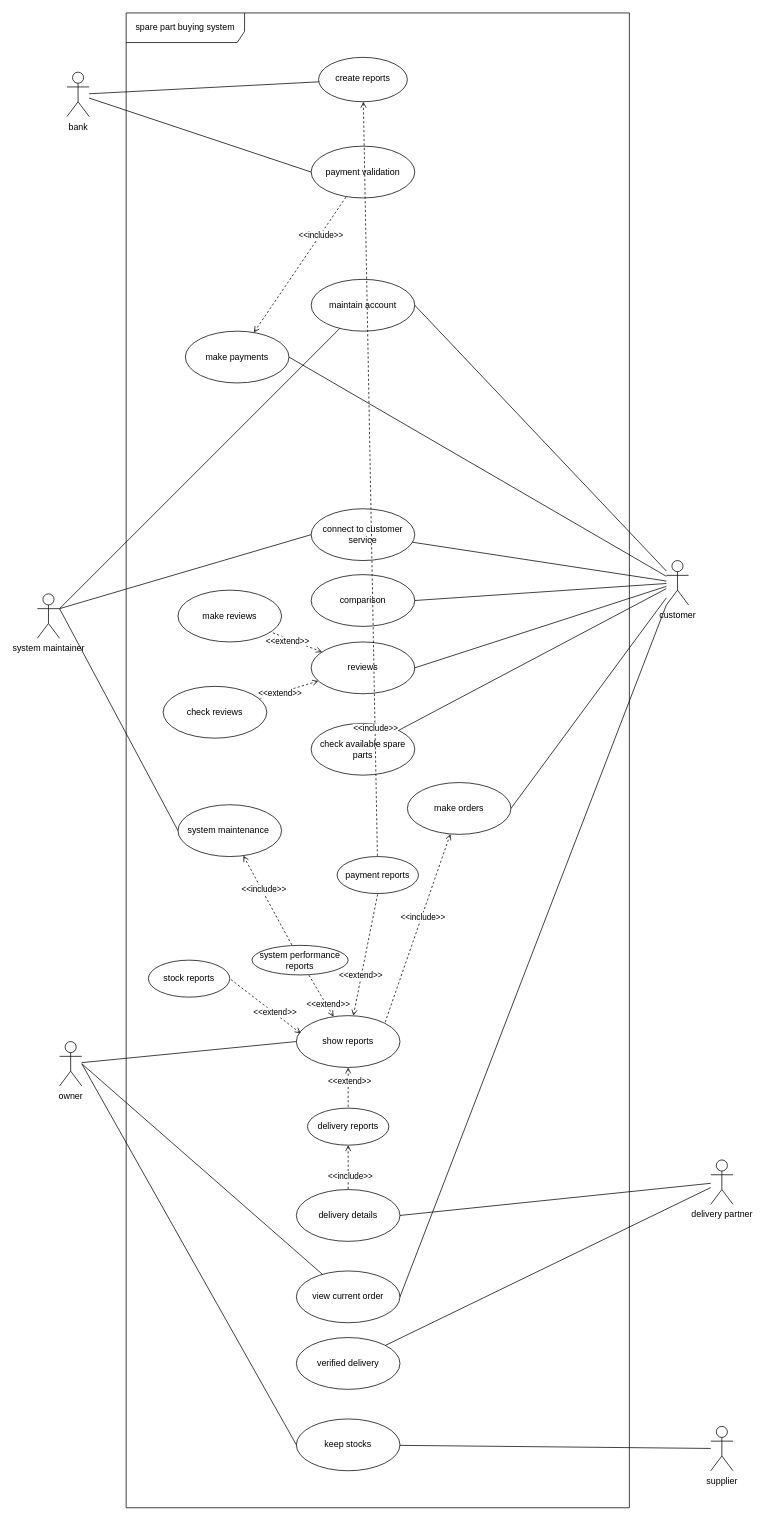
Above: Untitled Diagram.drawio in ashen007/webapp (draw.io), before the change. Source tidied: cells renumbered, new cells numbered last; positions are measured from the earlier drawing's top-left corner, leaving out a move shared by most shapes. Both pictures are drawn from the tidied source at 74%, with x=0, y=0 at pixel (37, 13).
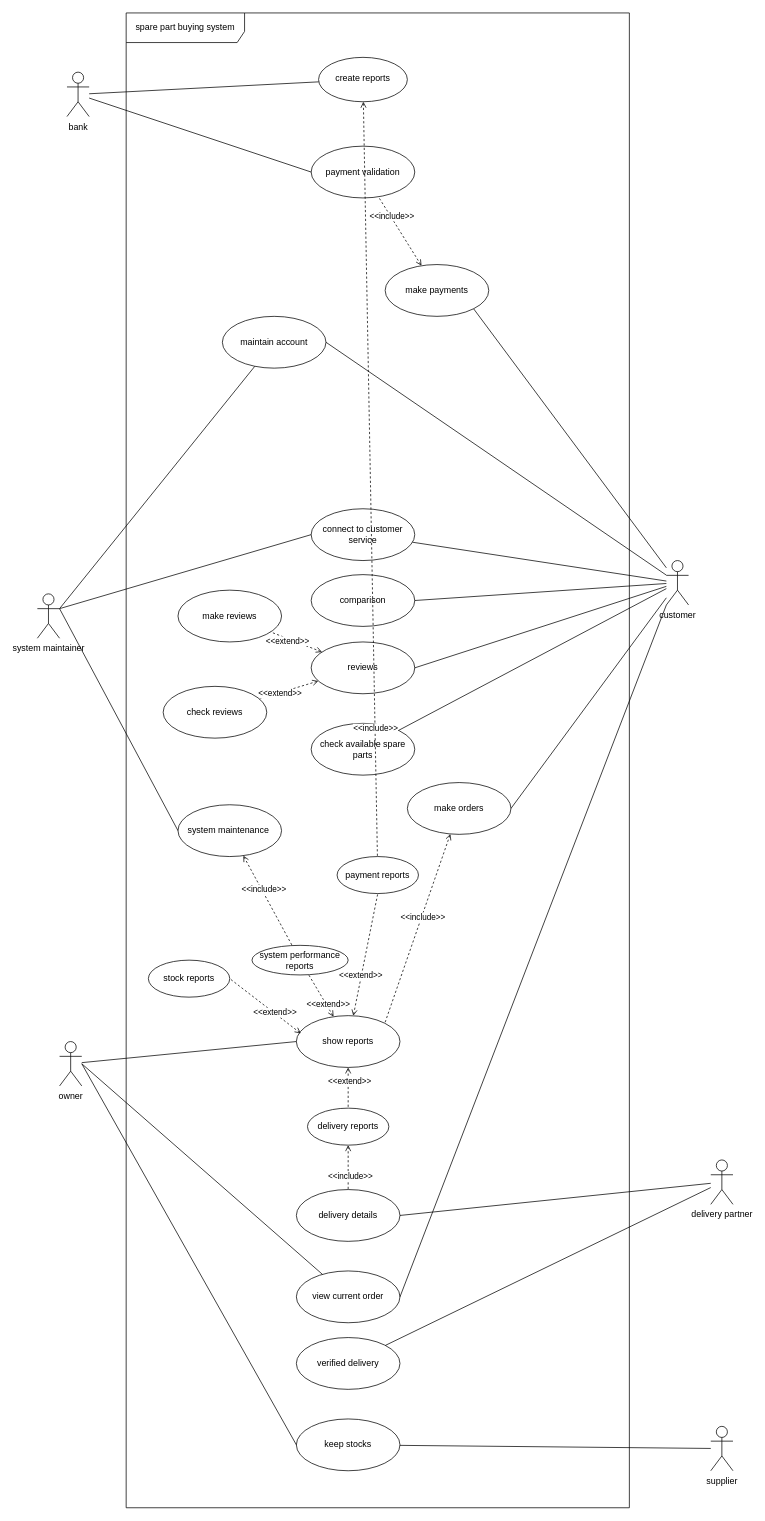
The same diagram, later.

Unchanged cells that the change refers to:
```xml
<mxCell id="15" value="customer" style="shape=umlActor;verticalLabelPosition=bottom;verticalAlign=top;html=1;outlineConnect=0;" parent="1" vertex="1">
  <mxGeometry x="850" y="740" width="30" height="60" as="geometry" />
</mxCell>
```

Change to the diagram source:
```diff
@@
-    <mxCell id="13" style="edgeStyle=none;rounded=0;jettySize=auto;html=1;entryX=1;entryY=0.5;entryDx=0;entryDy=0;startArrow=none;startFill=0;endArrow=none;endFill=0;" parent="1" edge="1" source="15" target="58">
+    <mxCell id="13" style="edgeStyle=none;rounded=0;jettySize=auto;html=1;entryX=1;entryY=1;entryDx=0;entryDy=0;startArrow=none;startFill=0;endArrow=none;endFill=0;" parent="1" edge="1" source="15" target="58">
       <mxGeometry relative="1" as="geometry" />
     </mxCell>
@@
     <mxCell id="50" value="maintain account" style="ellipse;whiteSpace=wrap;html=1;fillColor=none;align=center;" parent="1" vertex="1">
-      <mxGeometry x="370" y="360" width="140" height="70" as="geometry" />
+      <mxGeometry x="250" y="410" width="140" height="70" as="geometry" />
     </mxCell>
@@
     <mxCell id="58" value="make payments" style="ellipse;whiteSpace=wrap;html=1;fillColor=none;align=center;" parent="1" vertex="1">
-      <mxGeometry x="200" y="430" width="140" height="70" as="geometry" />
+      <mxGeometry x="470" y="340" width="140" height="70" as="geometry" />
     </mxCell>
```
